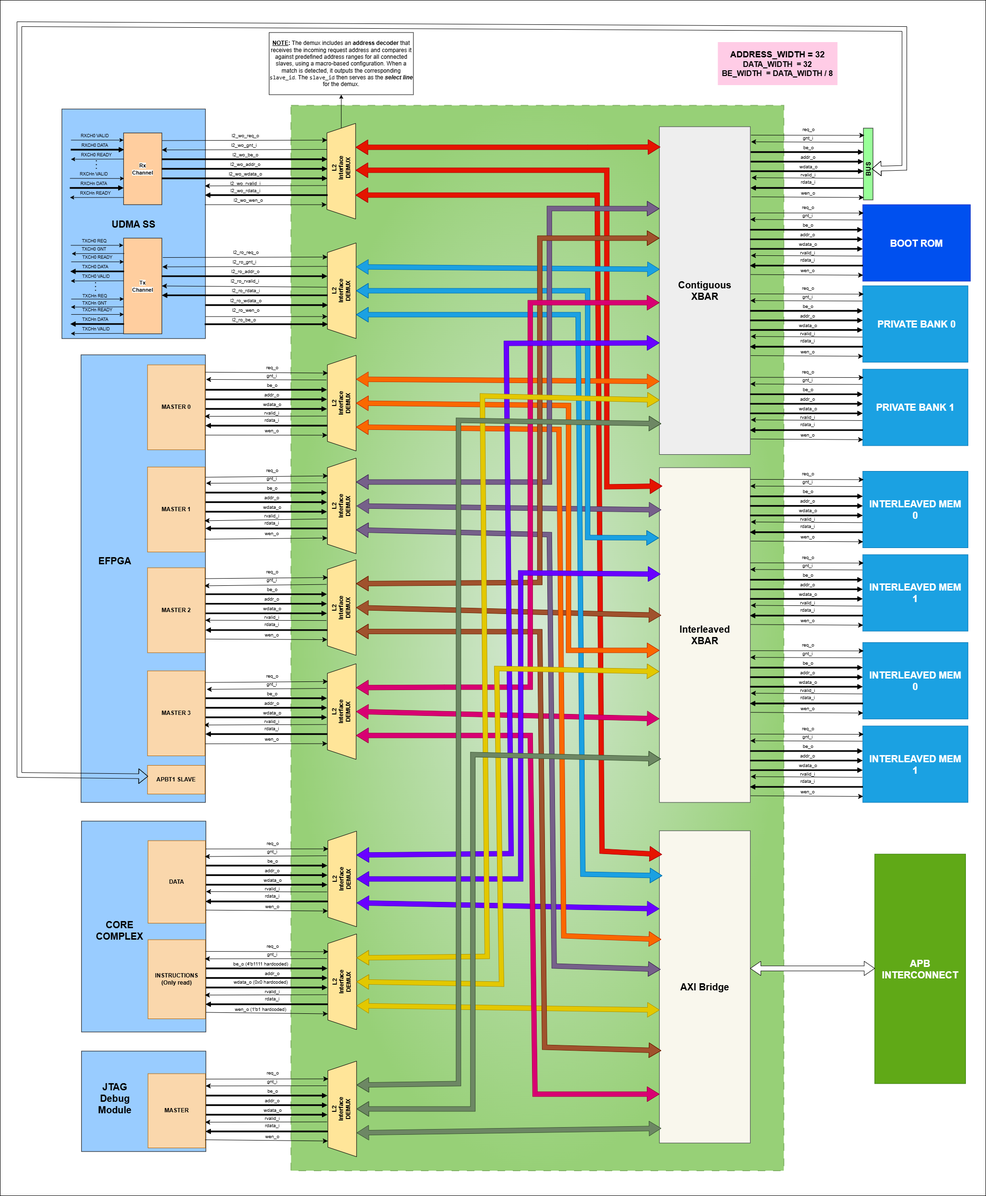
Earlier version of the draw.io export docs/images/TCDM_Interconnect_block_diagram.png (openhwgroup/core-v-mcu). Source tidied: cells renumbered, new cells last; positions are measured from the earlier drawing's top-left corner, leaving out a move shared by most shapes.
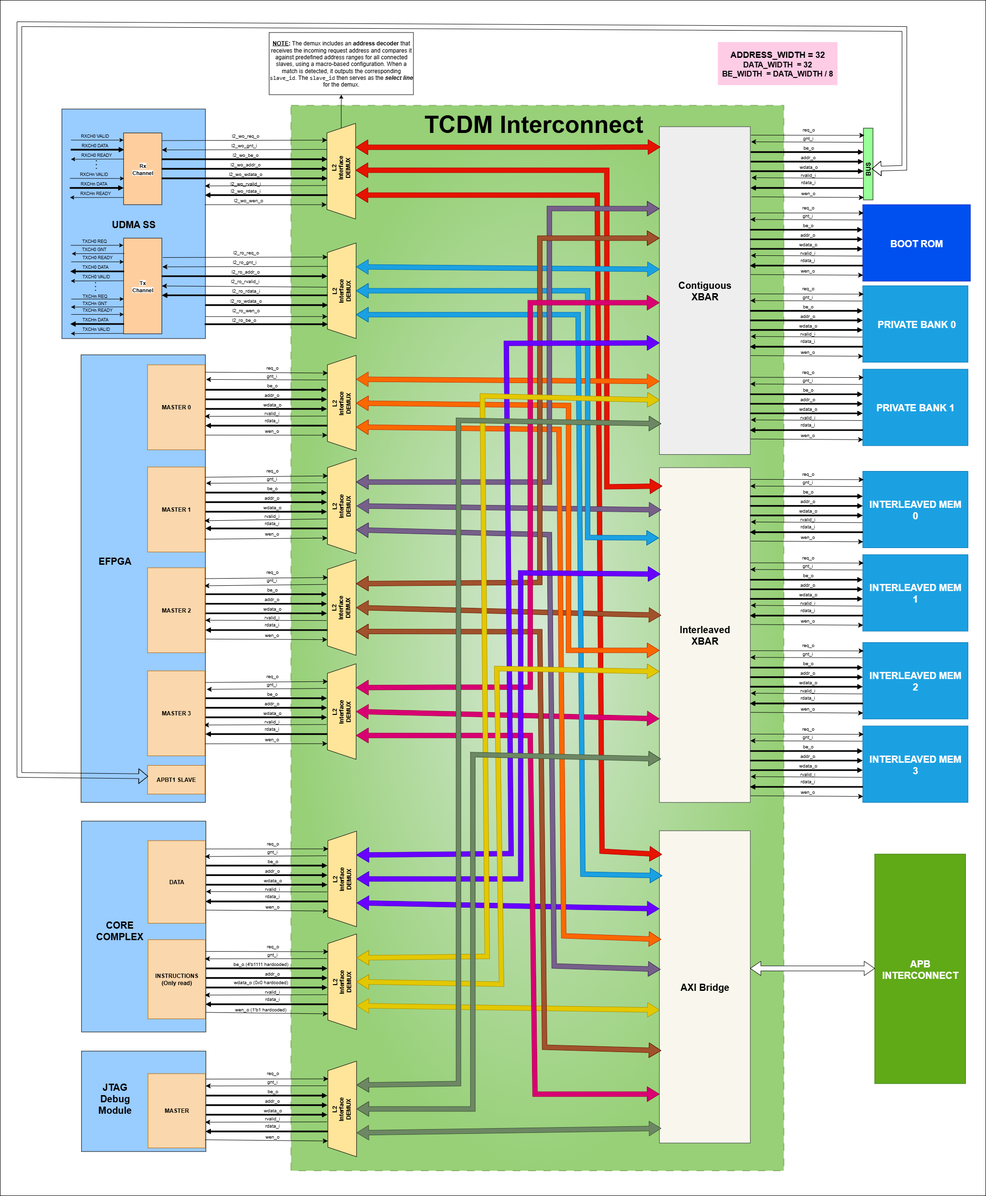
The same diagram one commit later.

The edit, as a diff of the source:
```diff
@@ -1293,7 +1293,7 @@
         <mxPoint x="1803.8" y="1306.8" as="targetPoint" />
       </mxGeometry>
     </mxCell>
-    <mxCell id="336" value="&lt;span style=&quot;font-size: 20px;&quot;&gt;&lt;b&gt;INTERLEAVED MEM&lt;/b&gt;&lt;/span&gt;&lt;div&gt;&lt;span style=&quot;font-size: 20px;&quot;&gt;&lt;b&gt;0&lt;/b&gt;&lt;/span&gt;&lt;/div&gt;" style="rounded=0;whiteSpace=wrap;html=1;fillColor=#1ba1e2;fontColor=#ffffff;strokeColor=#006EAF;" parent="1" vertex="1">
+    <mxCell id="336" value="&lt;span style=&quot;font-size: 20px;&quot;&gt;&lt;b&gt;INTERLEAVED MEM&lt;/b&gt;&lt;/span&gt;&lt;div&gt;&lt;span style=&quot;font-size: 20px;&quot;&gt;&lt;b&gt;2&lt;/b&gt;&lt;/span&gt;&lt;/div&gt;" style="rounded=0;whiteSpace=wrap;html=1;fillColor=#1ba1e2;fontColor=#ffffff;strokeColor=#006EAF;" parent="1" vertex="1">
       <mxGeometry x="1802.8" y="1343.1" width="220" height="159.9" as="geometry" />
     </mxCell>
     <mxCell id="337" style="html=1;shadow=0;dashed=0;align=center;verticalAlign=middle;shape=mxgraph.arrows2.arrow;dy=0.76;dx=9.8;notch=0;fillColor=#000000;" parent="1" vertex="1">
@@ -1356,7 +1356,7 @@
         <mxPoint x="1803.8" y="1490.5" as="targetPoint" />
       </mxGeometry>
     </mxCell>
-    <mxCell id="353" value="&lt;span style=&quot;font-size: 20px;&quot;&gt;&lt;b&gt;INTERLEAVED MEM&lt;/b&gt;&lt;/span&gt;&lt;div&gt;&lt;span style=&quot;font-size: 20px;&quot;&gt;&lt;b&gt;1&lt;/b&gt;&lt;/span&gt;&lt;/div&gt;" style="rounded=0;whiteSpace=wrap;html=1;fillColor=#1ba1e2;fontColor=#ffffff;strokeColor=#006EAF;" parent="1" vertex="1">
+    <mxCell id="353" value="&lt;span style=&quot;font-size: 20px;&quot;&gt;&lt;b&gt;INTERLEAVED MEM&lt;/b&gt;&lt;/span&gt;&lt;div&gt;&lt;span style=&quot;font-size: 20px;&quot;&gt;&lt;b&gt;3&lt;/b&gt;&lt;/span&gt;&lt;/div&gt;" style="rounded=0;whiteSpace=wrap;html=1;fillColor=#1ba1e2;fontColor=#ffffff;strokeColor=#006EAF;" parent="1" vertex="1">
       <mxGeometry x="1802.8" y="1517.5" width="220" height="159.9" as="geometry" />
     </mxCell>
     <mxCell id="354" style="html=1;shadow=0;dashed=0;align=center;verticalAlign=middle;shape=mxgraph.arrows2.arrow;dy=0.76;dx=9.8;notch=0;fillColor=#000000;" parent="1" vertex="1">
@@ -1491,5 +1491,8 @@
     <mxCell id="389" value="&lt;b&gt;MASTER 3&lt;/b&gt;" style="rounded=0;whiteSpace=wrap;html=1;fillColor=#fad7ac;strokeColor=#b46504;" parent="1" vertex="1">
       <mxGeometry x="307.8" y="1402.5" width="120" height="177.6" as="geometry" />
     </mxCell>
+    <mxCell id="390" value="&lt;font style=&quot;font-size: 50px;&quot;&gt;&lt;b&gt;TCDM Interconnect&lt;/b&gt;&lt;/font&gt;" style="text;html=1;align=center;verticalAlign=middle;whiteSpace=wrap;rounded=0;" parent="1" vertex="1">
+      <mxGeometry x="880" y="230" width="470" height="57.5" as="geometry" />
+    </mxCell>
   </root>
 </mxGraphModel>
```
